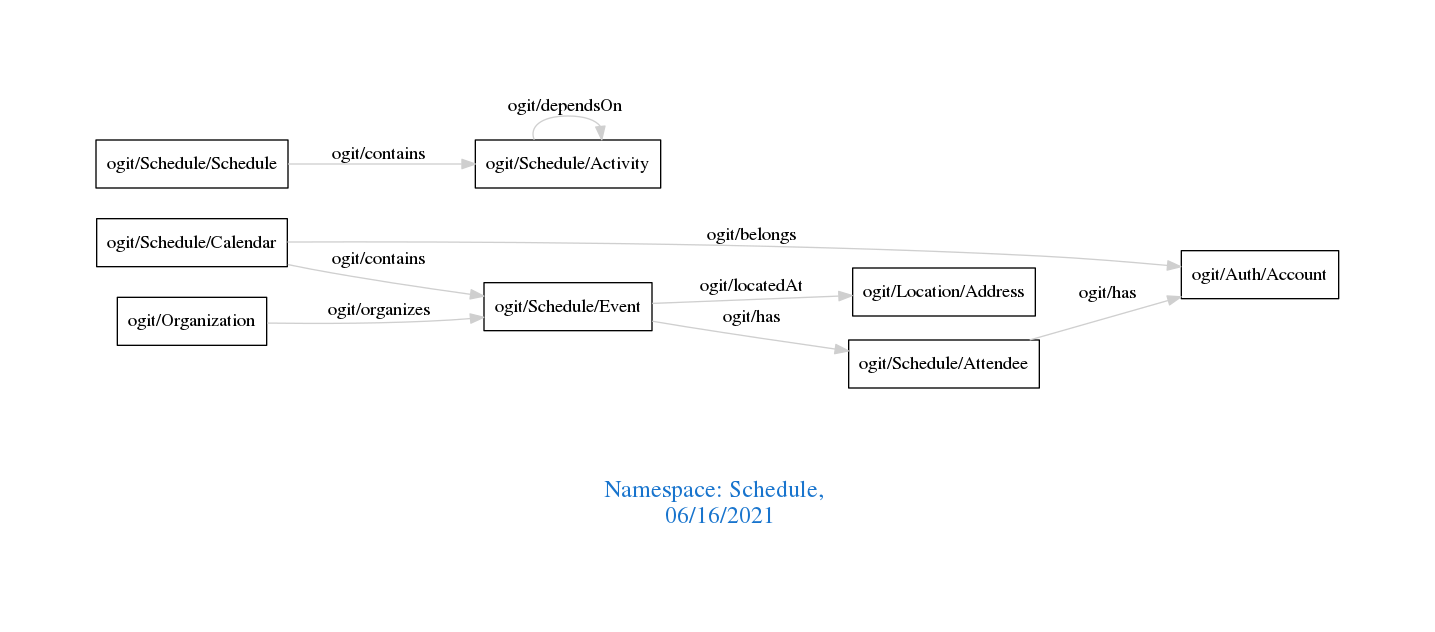
The Graphviz diagram downloads/Schedule.png in arago/OGIT, before a commit. Its source is kept beside it as downloads/Schedule.dot.
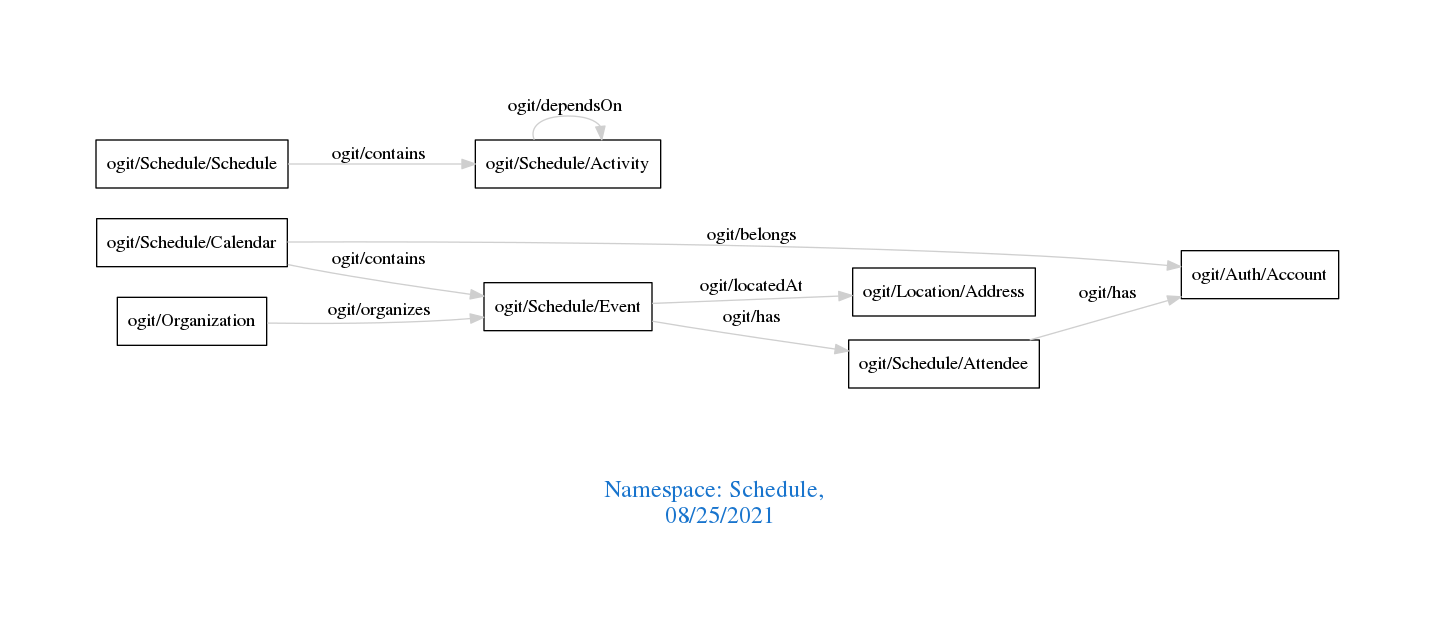
Above is the later version.

Diff of the diagram source:
```diff
@@ -1,7 +1,7 @@
 digraph OGIT_ontology {
  graph [ rankdir= LR,pad=1
 fontsize = 18,
-fontcolor= dodgerblue3,label = "\n\n\nNamespace: Schedule, \n 06/16/2021"];
+fontcolor= dodgerblue3,label = "\n\n\nNamespace: Schedule, \n 08/25/2021"];
 node[shape=polygon];
 edge [  color="gray81"];
 
```
